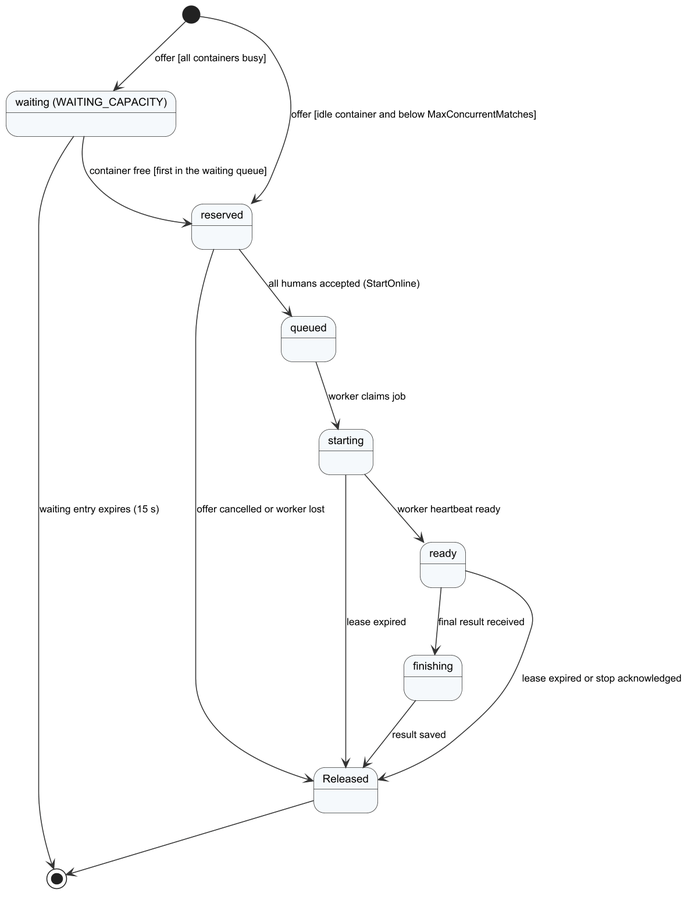
This is Doc/Project_report/Report/diagrams/png/r4_sm_lease.png from Tad-Min/PickleVerse, a PlantUML export, as it was before one commit. The source it was exported from:
```plantuml
@startuml r4_sm_lease
!include _style.iuml
state "waiting (WAITING_CAPACITY)" as waiting
[*] --> reserved : offer [idle container and below MaxConcurrentMatches]
[*] --> waiting : offer [all containers busy]
waiting --> reserved : container free [first in the waiting queue]
waiting --> [*] : waiting entry expires (15 s)
reserved --> queued : all humans accepted (StartOnline)
reserved --> Released : offer cancelled or worker lost
queued --> starting : worker claims job
starting --> ready : worker heartbeat ready
starting --> Released : lease expired
ready --> finishing : final result received
ready --> Released : lease expired or stop acknowledged
finishing --> Released : result saved
Released --> [*]
@enduml
```
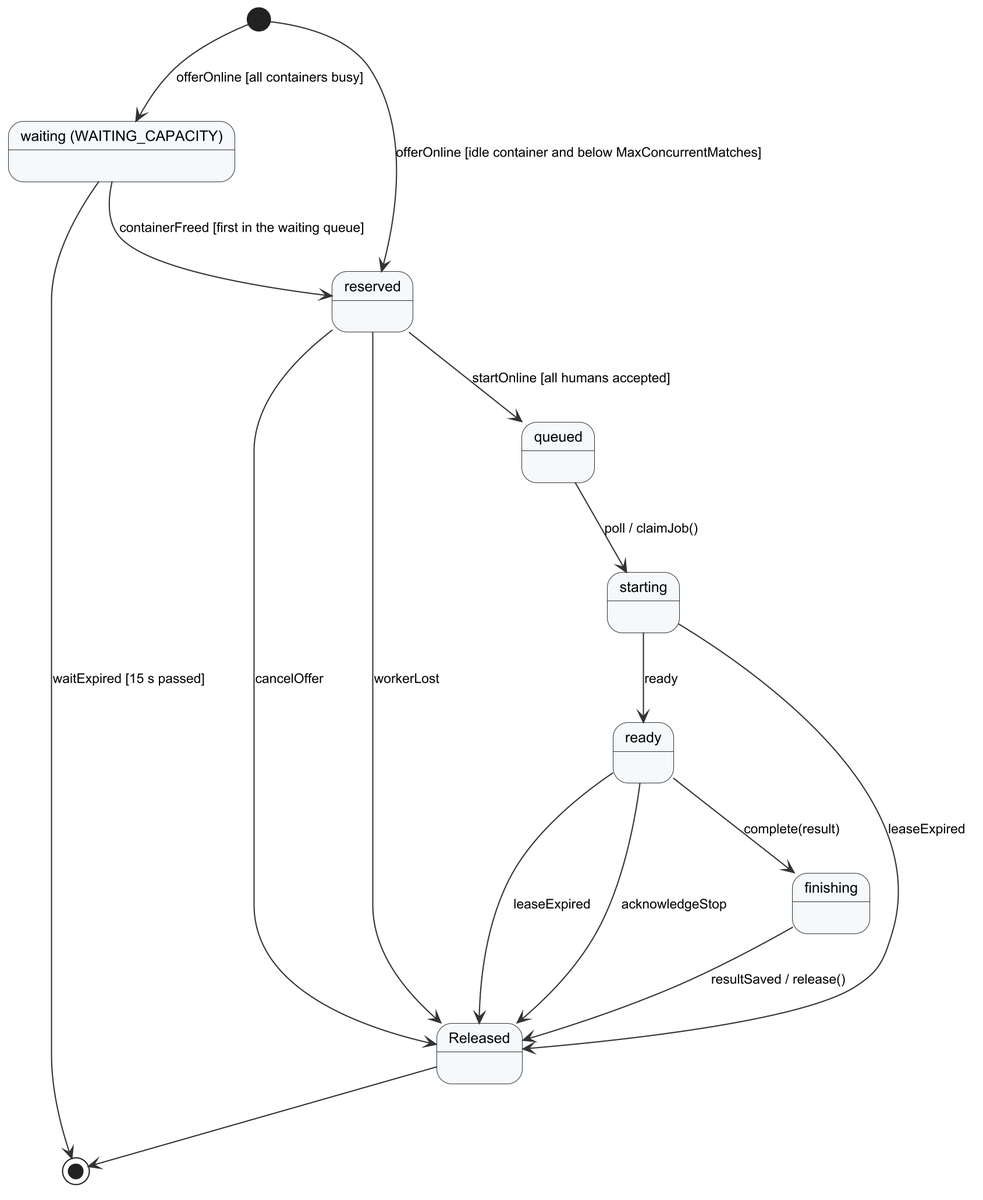
After the commit.

Change to the diagram source:
```diff
@@ -1,17 +1,19 @@
 @startuml r4_sm_lease
 !include _style.iuml
 state "waiting (WAITING_CAPACITY)" as waiting
-[*] --> reserved : offer [idle container and below MaxConcurrentMatches]
-[*] --> waiting : offer [all containers busy]
-waiting --> reserved : container free [first in the waiting queue]
-waiting --> [*] : waiting entry expires (15 s)
-reserved --> queued : all humans accepted (StartOnline)
-reserved --> Released : offer cancelled or worker lost
-queued --> starting : worker claims job
-starting --> ready : worker heartbeat ready
-starting --> Released : lease expired
-ready --> finishing : final result received
-ready --> Released : lease expired or stop acknowledged
-finishing --> Released : result saved
+[*] --> reserved : offerOnline [idle container and below MaxConcurrentMatches]
+[*] --> waiting : offerOnline [all containers busy]
+waiting --> reserved : containerFreed [first in the waiting queue]
+waiting --> [*] : waitExpired [15 s passed]
+reserved --> queued : startOnline [all humans accepted]
+reserved --> Released : cancelOffer
+reserved --> Released : workerLost
+queued --> starting : poll / claimJob()
+starting --> ready : ready
+starting --> Released : leaseExpired
+ready --> finishing : complete(result)
+ready --> Released : leaseExpired
+ready --> Released : acknowledgeStop
+finishing --> Released : resultSaved / release()
 Released --> [*]
 @enduml
```
